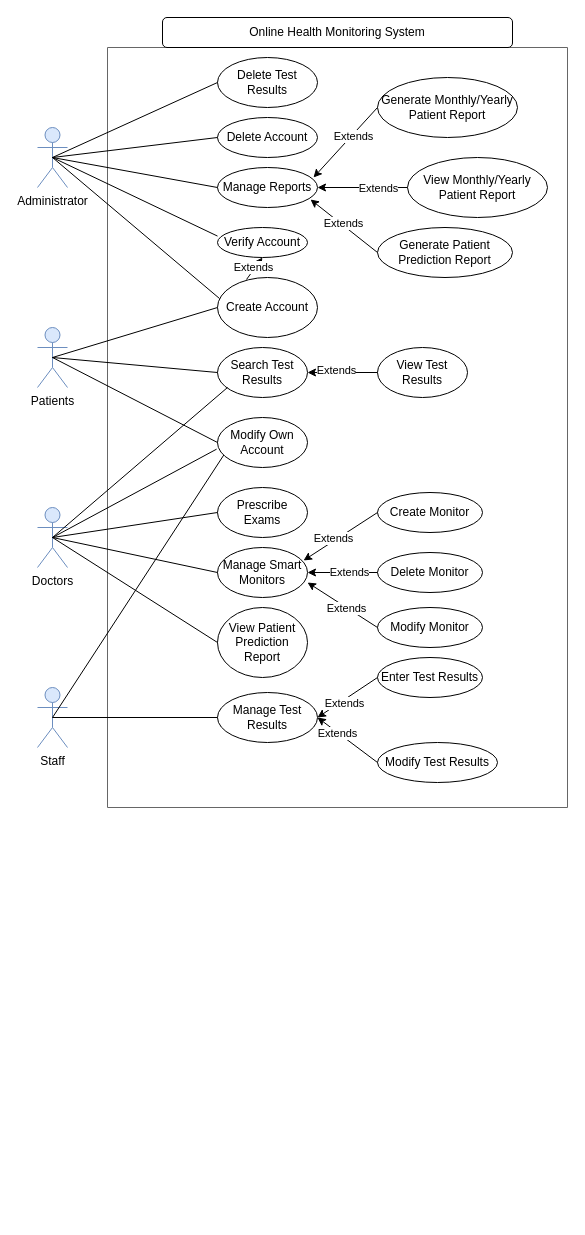
Before: use-case.drawio in IndecentTulip/Online-Health-Monitoring-System, a draw.io diagram. Source tidied: cells renumbered, new cells numbered last; positions are measured from the earlier drawing's top-left corner, leaving out a move shared by most shapes. Both pictures are drawn from the tidied source at 100%, with x=0, y=0 at pixel (37, 17).
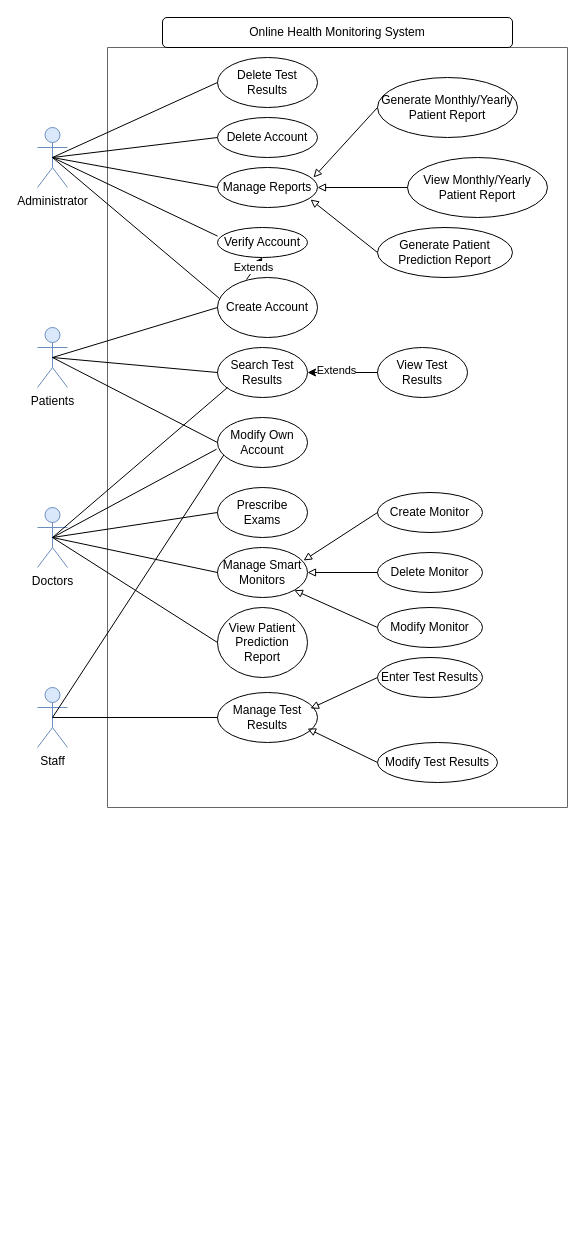
Above is the later version.

The change refers to these unchanged cells:
```xml
<mxCell id="6" style="swimlane;startSize=0;fillColor=#f5f5f5;fontColor=#333333;strokeColor=#666666;" parent="1" vertex="1">
  <mxGeometry x="70" y="30" width="460" height="760" as="geometry" />
</mxCell>
<mxCell id="14" value="Enter Test Results" style="ellipse;whiteSpace=wrap;html=1;" parent="6" vertex="1">
  <mxGeometry x="270" y="610" width="105" height="40" as="geometry" />
</mxCell>
<mxCell id="16" value="Modify Test Results" style="ellipse;whiteSpace=wrap;html=1;" parent="6" vertex="1">
  <mxGeometry x="270" y="695" width="120" height="40" as="geometry" />
</mxCell>
<mxCell id="21" value="Manage Smart Monitors" style="ellipse;whiteSpace=wrap;html=1;" parent="6" vertex="1">
  <mxGeometry x="110" y="500" width="90" height="50" as="geometry" />
</mxCell>
<mxCell id="22" value="Delete Monitor" style="ellipse;whiteSpace=wrap;html=1;" parent="6" vertex="1">
  <mxGeometry x="270" y="505" width="105" height="40" as="geometry" />
</mxCell>
<mxCell id="23" value="Modify Monitor" style="ellipse;whiteSpace=wrap;html=1;" parent="6" vertex="1">
  <mxGeometry x="270" y="560" width="105" height="40" as="geometry" />
</mxCell>
<mxCell id="28" value="Manage Reports" style="ellipse;whiteSpace=wrap;html=1;" parent="6" vertex="1">
  <mxGeometry x="110" y="120" width="100" height="40" as="geometry" />
</mxCell>
<mxCell id="29" value="Generate Monthly/Yearly Patient Report" style="ellipse;whiteSpace=wrap;html=1;" parent="6" vertex="1">
  <mxGeometry x="270" y="30" width="140" height="60" as="geometry" />
</mxCell>
<mxCell id="30" value="View Monthly/Yearly Patient Report" style="ellipse;whiteSpace=wrap;html=1;" parent="6" vertex="1">
  <mxGeometry x="300" y="110" width="140" height="60" as="geometry" />
</mxCell>
<mxCell id="31" value="Generate Patient Prediction Report" style="ellipse;whiteSpace=wrap;html=1;" parent="6" vertex="1">
  <mxGeometry x="270" y="180" width="135" height="50" as="geometry" />
</mxCell>
<mxCell id="39" value="Create Monitor" style="ellipse;whiteSpace=wrap;html=1;" parent="6" vertex="1">
  <mxGeometry x="270" y="445" width="105" height="40" as="geometry" />
</mxCell>
<mxCell id="42" value="Manage Test Results" style="ellipse;whiteSpace=wrap;html=1;" parent="6" vertex="1">
  <mxGeometry x="110" y="645" width="100" height="50" as="geometry" />
</mxCell>
```

Change to the diagram source:
```diff
@@
-    <mxCell id="24" style="endArrow=none;html=1;rounded=0;exitX=1;exitY=0.5;exitDx=0;exitDy=0;entryX=0;entryY=0.5;entryDx=0;entryDy=0;startArrow=classic;startFill=1;endFill=0;" parent="6" edge="1" source="21" target="22">
+    <mxCell id="24" style="endArrow=none;html=1;rounded=0;exitX=1;exitY=0.5;exitDx=0;exitDy=0;entryX=0;entryY=0.5;entryDx=0;entryDy=0;startArrow=block;startFill=0;endFill=0;" parent="6" edge="1" source="21" target="22">
       <mxGeometry relative="1" as="geometry" />
     </mxCell>
-    <mxCell id="25" value="Extends" style="edgeLabel;html=1;align=center;verticalAlign=middle;" parent="24" vertex="1">
-      <mxGeometry x="0.16" y="1" relative="1" as="geometry" />
-    </mxCell>
-    <mxCell id="26" style="endArrow=none;html=1;rounded=0;exitX=1;exitY=0.7;exitDx=0;exitDy=0;entryX=0;entryY=0.5;entryDx=0;entryDy=0;startArrow=classic;startFill=1;endFill=0;exitPerimeter=0;" parent="6" edge="1" source="21" target="23">
+    <mxCell id="26" style="endArrow=none;html=1;rounded=0;exitX=1;exitY=1;exitDx=0;exitDy=0;entryX=0;entryY=0.5;entryDx=0;entryDy=0;startArrow=block;startFill=0;endFill=0;" parent="6" edge="1" source="21" target="23">
       <mxGeometry relative="1" as="geometry" />
     </mxCell>
-    <mxCell id="27" value="Extends" style="edgeLabel;html=1;align=center;verticalAlign=middle;" parent="26" vertex="1">
-      <mxGeometry x="0.1" y="-1" relative="1" as="geometry" />
-    </mxCell>
@@
-    <mxCell id="32" style="endArrow=none;html=1;rounded=0;entryX=0;entryY=0.5;entryDx=0;entryDy=0;exitX=0.93;exitY=0.8;exitDx=0;exitDy=0;startArrow=classic;startFill=1;endFill=0;exitPerimeter=0;" parent="6" edge="1" source="28" target="31">
+    <mxCell id="32" style="endArrow=none;html=1;rounded=0;entryX=0;entryY=0.5;entryDx=0;entryDy=0;exitX=0.93;exitY=0.8;exitDx=0;exitDy=0;startArrow=block;startFill=0;endFill=0;exitPerimeter=0;" parent="6" edge="1" source="28" target="31">
       <mxGeometry relative="1" as="geometry" />
     </mxCell>
-    <mxCell id="33" value="Extends" style="edgeLabel;html=1;align=center;verticalAlign=middle;" parent="32" vertex="1">
-      <mxGeometry x="-0.07" y="2" relative="1" as="geometry" />
-    </mxCell>
-    <mxCell id="34" style="endArrow=none;html=1;rounded=0;entryX=0;entryY=0.5;entryDx=0;entryDy=0;exitX=0.96;exitY=0.25;exitDx=0;exitDy=0;startArrow=classic;startFill=1;endFill=0;exitPerimeter=0;" parent="6" edge="1" source="28" target="29">
+    <mxCell id="34" style="endArrow=none;html=1;rounded=0;entryX=0;entryY=0.5;entryDx=0;entryDy=0;exitX=0.96;exitY=0.25;exitDx=0;exitDy=0;startArrow=block;startFill=0;endFill=0;exitPerimeter=0;" parent="6" edge="1" source="28" target="29">
       <mxGeometry relative="1" as="geometry" />
     </mxCell>
-    <mxCell id="35" value="Extends" style="edgeLabel;html=1;align=center;verticalAlign=middle;" parent="34" vertex="1">
-      <mxGeometry x="0.2" y="-1" relative="1" as="geometry" />
-    </mxCell>
-    <mxCell id="36" style="endArrow=none;html=1;rounded=0;entryX=0;entryY=0.5;entryDx=0;entryDy=0;exitX=1;exitY=0.5;exitDx=0;exitDy=0;startArrow=classic;startFill=1;endFill=0;" parent="6" edge="1" source="28" target="30">
+    <mxCell id="36" style="endArrow=none;html=1;rounded=0;entryX=0;entryY=0.5;entryDx=0;entryDy=0;exitX=1;exitY=0.5;exitDx=0;exitDy=0;startArrow=block;startFill=0;endFill=0;" parent="6" edge="1" source="28" target="30">
       <mxGeometry relative="1" as="geometry" />
     </mxCell>
-    <mxCell id="37" value="Extends" style="edgeLabel;html=1;align=center;verticalAlign=middle;" parent="36" vertex="1">
-      <mxGeometry x="0.34" relative="1" as="geometry" />
-    </mxCell>
@@
-    <mxCell id="40" style="endArrow=none;html=1;rounded=0;exitX=0.956;exitY=0.26;exitDx=0;exitDy=0;entryX=0;entryY=0.5;entryDx=0;entryDy=0;startArrow=classic;startFill=1;endFill=0;exitPerimeter=0;" parent="6" edge="1" source="21" target="39">
+    <mxCell id="40" style="endArrow=none;html=1;rounded=0;exitX=0.956;exitY=0.26;exitDx=0;exitDy=0;entryX=0;entryY=0.5;entryDx=0;entryDy=0;startArrow=block;startFill=0;endFill=0;exitPerimeter=0;" parent="6" edge="1" source="21" target="39">
       <mxGeometry relative="1" as="geometry" />
     </mxCell>
-    <mxCell id="41" value="Extends" style="edgeLabel;html=1;align=center;verticalAlign=middle;" parent="40" vertex="1">
-      <mxGeometry x="-0.15" y="3" relative="1" as="geometry" />
-    </mxCell>
@@
-    <mxCell id="43" style="endArrow=none;html=1;rounded=0;entryX=0;entryY=0.5;entryDx=0;entryDy=0;exitX=1;exitY=0.5;exitDx=0;exitDy=0;startArrow=classic;startFill=1;endFill=0;" parent="6" edge="1" source="42" target="16">
+    <mxCell id="43" style="endArrow=none;html=1;rounded=0;entryX=0;entryY=0.5;entryDx=0;entryDy=0;exitX=0.9;exitY=0.72;exitDx=0;exitDy=0;startArrow=block;startFill=0;endFill=0;exitPerimeter=0;" parent="6" edge="1" source="42" target="16">
       <mxGeometry relative="1" as="geometry" />
     </mxCell>
-    <mxCell id="44" value="Extends" style="edgeLabel;html=1;align=center;verticalAlign=middle;" parent="43" vertex="1">
-      <mxGeometry x="-0.32" y="-1" relative="1" as="geometry" />
-    </mxCell>
-    <mxCell id="45" style="endArrow=none;html=1;rounded=0;exitX=1;exitY=0.5;exitDx=0;exitDy=0;entryX=0;entryY=0.5;entryDx=0;entryDy=0;startArrow=classic;startFill=1;endFill=0;" parent="6" edge="1" source="42" target="14">
+    <mxCell id="45" style="endArrow=none;html=1;rounded=0;exitX=0.93;exitY=0.32;exitDx=0;exitDy=0;entryX=0;entryY=0.5;entryDx=0;entryDy=0;startArrow=block;startFill=0;endFill=0;exitPerimeter=0;" parent="6" edge="1" source="42" target="14">
       <mxGeometry relative="1" as="geometry" />
     </mxCell>
-    <mxCell id="46" value="Extends" style="edgeLabel;html=1;align=center;verticalAlign=middle;" parent="45" vertex="1">
-      <mxGeometry x="-0.18" y="-2" relative="1" as="geometry" />
-    </mxCell>
```
